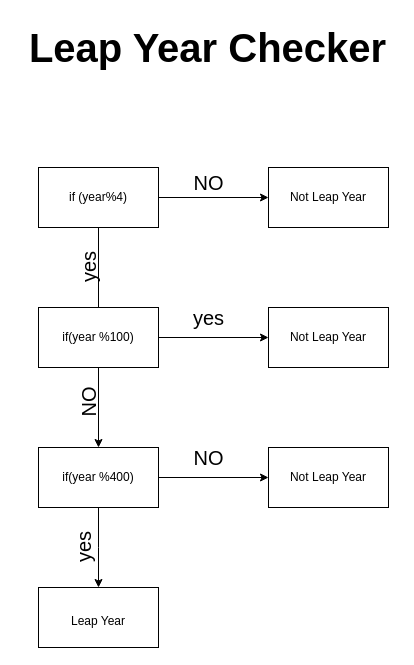
The draw.io diagram Leap Year Map.drawio in SathishPasapugazh/Calculator, before the edit. Source tidied: cells renumbered, new cells numbered last; positions are measured from the earlier drawing's top-left corner, leaving out a move shared by most shapes. Both pictures are drawn from the tidied source at 100%, with x=0, y=0 at pixel (17, 17).
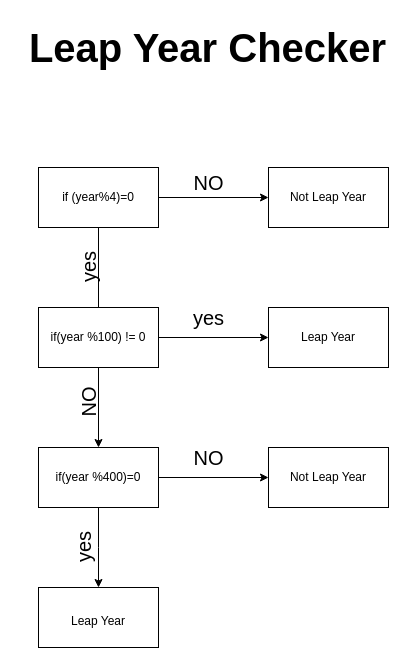
Above is the later version.

The edit, as a diff of the source:
```diff
@@
-    <mxCell id="3" value="if (year%4)" style="rounded=0;whiteSpace=wrap;html=1;" parent="1" vertex="1">
+    <mxCell id="3" value="if (year%4)=0" style="rounded=0;whiteSpace=wrap;html=1;" parent="1" vertex="1">
       <mxGeometry x="21" y="150" width="120" height="60" as="geometry" />
     </mxCell>
@@
-    <mxCell id="6" value="if(year %100)" style="rounded=0;whiteSpace=wrap;html=1;fontStyle=0;" parent="1" vertex="1">
+    <mxCell id="6" value="if(year %100) != 0" style="rounded=0;whiteSpace=wrap;html=1;fontStyle=0;" parent="1" vertex="1">
       <mxGeometry x="21" y="290" width="120" height="60" as="geometry" />
     </mxCell>
@@
-    <mxCell id="9" value="if(year %400)" style="rounded=0;whiteSpace=wrap;html=1;" parent="1" vertex="1">
+    <mxCell id="9" value="if(year %400)=0" style="rounded=0;whiteSpace=wrap;html=1;" parent="1" vertex="1">
       <mxGeometry x="21" y="430" width="120" height="60" as="geometry" />
     </mxCell>
@@
-    <mxCell id="14" value="Not Leap Year" style="whiteSpace=wrap;html=1;rounded=0;fontStyle=0;" parent="1" vertex="1">
+    <mxCell id="14" value="Leap Year" style="whiteSpace=wrap;html=1;rounded=0;fontStyle=0;" parent="1" vertex="1">
       <mxGeometry x="251" y="290" width="120" height="60" as="geometry" />
     </mxCell>
```
